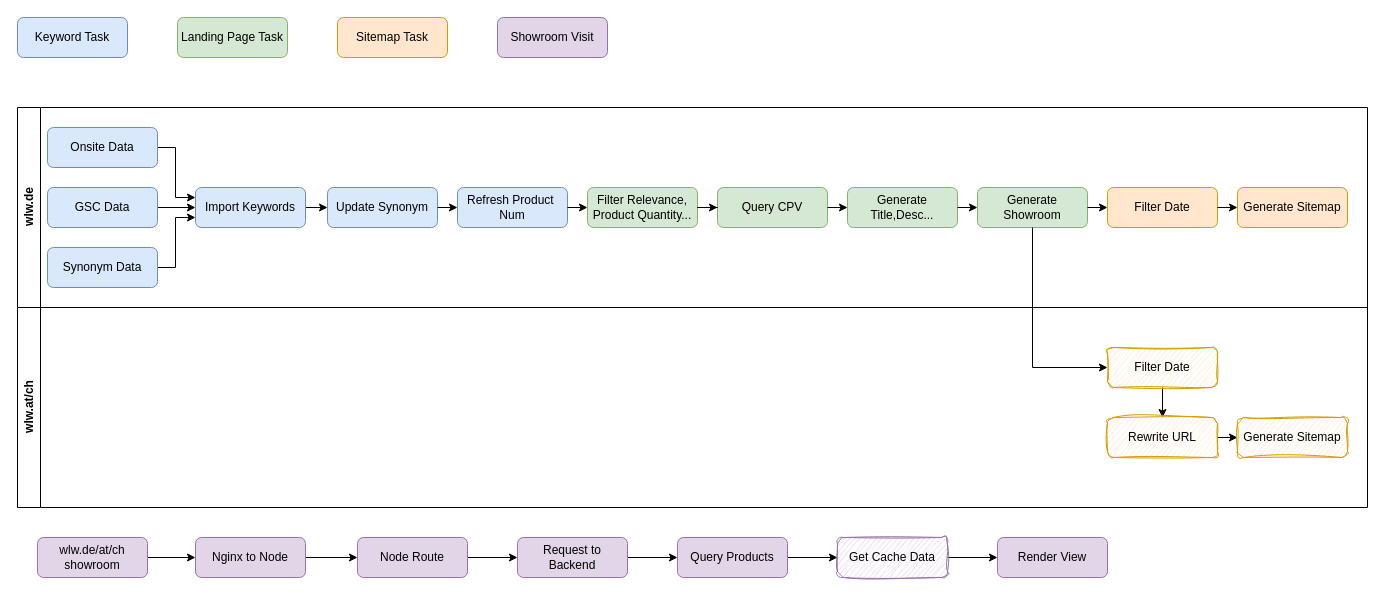
Above: drawio/wlw_sitemap.drawio in VisableHarry/seo-drawio (draw.io), before the change. Source tidied: cells renumbered, new cells numbered last; positions are measured from the earlier drawing's top-left corner, leaving out a move shared by most shapes. Both pictures are drawn from the tidied source at 100%, with x=0, y=0 at pixel (17, 17).
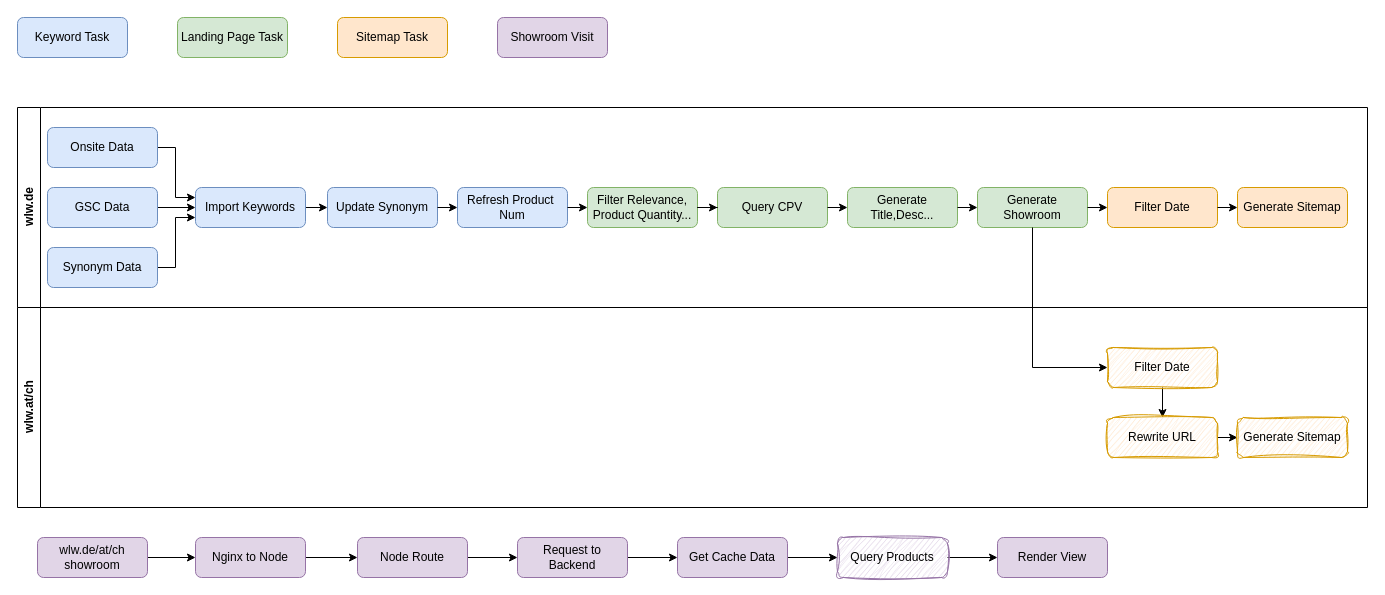
Above is the later version.

The change refers to these unchanged cells:
```xml
<mxCell id="42" value="Request to Backend" style="rounded=1;whiteSpace=wrap;html=1;fillColor=#e1d5e7;strokeColor=#9673a6;" parent="1" vertex="1">
  <mxGeometry x="500" y="520" width="110" height="40" as="geometry" />
</mxCell>
<mxCell id="47" value="Render View" style="rounded=1;whiteSpace=wrap;html=1;fillColor=#e1d5e7;strokeColor=#9673a6;" parent="1" vertex="1">
  <mxGeometry x="980" y="520" width="110" height="40" as="geometry" />
</mxCell>
```

What changed in the source:
```diff
@@
-    <mxCell id="41" style="edgeStyle=orthogonalEdgeStyle;rounded=0;jettySize=auto;html=1;exitX=1;exitY=0.5;exitDx=0;exitDy=0;entryX=0;entryY=0.5;entryDx=0;entryDy=0;" parent="1" edge="1" source="42" target="44">
-      <mxGeometry relative="1" as="geometry" />
-    </mxCell>
+    <mxCell id="50" style="edgeStyle=orthogonalEdgeStyle;rounded=0;jettySize=auto;html=1;exitX=1;exitY=0.5;exitDx=0;exitDy=0;entryX=0;entryY=0.5;entryDx=0;entryDy=0;" parent="1" edge="1" source="42" target="46">
+      <mxGeometry relative="1" as="geometry" />
+    </mxCell>
@@
-    <mxCell id="43" style="edgeStyle=orthogonalEdgeStyle;rounded=0;jettySize=auto;html=1;exitX=1;exitY=0.5;exitDx=0;exitDy=0;entryX=0;entryY=0.5;entryDx=0;entryDy=0;" parent="1" edge="1" source="44" target="46">
-      <mxGeometry relative="1" as="geometry" />
-    </mxCell>
+    <mxCell id="51" style="edgeStyle=orthogonalEdgeStyle;rounded=0;jettySize=auto;html=1;exitX=1;exitY=0.5;exitDx=0;exitDy=0;entryX=0;entryY=0.5;entryDx=0;entryDy=0;" parent="1" edge="1" source="44" target="47">
+      <mxGeometry relative="1" as="geometry" />
+    </mxCell>
-    <mxCell id="44" value="Query Products" style="rounded=1;whiteSpace=wrap;html=1;fillColor=#e1d5e7;strokeColor=#9673a6;" parent="1" vertex="1">
-      <mxGeometry x="660" y="520" width="110" height="40" as="geometry" />
+    <mxCell id="44" value="Query Products" style="rounded=1;whiteSpace=wrap;html=1;fillColor=#e1d5e7;strokeColor=#9673a6;sketch=1;curveFitting=1;jiggle=2;" parent="1" vertex="1">
+      <mxGeometry x="820" y="520" width="110" height="40" as="geometry" />
     </mxCell>
-    <mxCell id="45" style="edgeStyle=orthogonalEdgeStyle;rounded=0;jettySize=auto;html=1;exitX=1;exitY=0.5;exitDx=0;exitDy=0;entryX=0;entryY=0.5;entryDx=0;entryDy=0;" parent="1" edge="1" source="46" target="47">
-      <mxGeometry relative="1" as="geometry" />
-    </mxCell>
+    <mxCell id="52" style="edgeStyle=orthogonalEdgeStyle;rounded=0;jettySize=auto;html=1;exitX=1;exitY=0.5;exitDx=0;exitDy=0;entryX=0;entryY=0.5;entryDx=0;entryDy=0;" parent="1" edge="1" source="46" target="44">
+      <mxGeometry relative="1" as="geometry" />
+    </mxCell>
-    <mxCell id="46" value="Get Cache Data" style="rounded=1;whiteSpace=wrap;html=1;fillColor=#e1d5e7;strokeColor=#9673a6;sketch=1;curveFitting=1;jiggle=2;" parent="1" vertex="1">
-      <mxGeometry x="820" y="520" width="110" height="40" as="geometry" />
+    <mxCell id="46" value="Get Cache Data" style="rounded=1;whiteSpace=wrap;html=1;fillColor=#e1d5e7;strokeColor=#9673a6;" parent="1" vertex="1">
+      <mxGeometry x="660" y="520" width="110" height="40" as="geometry" />
     </mxCell>
```
